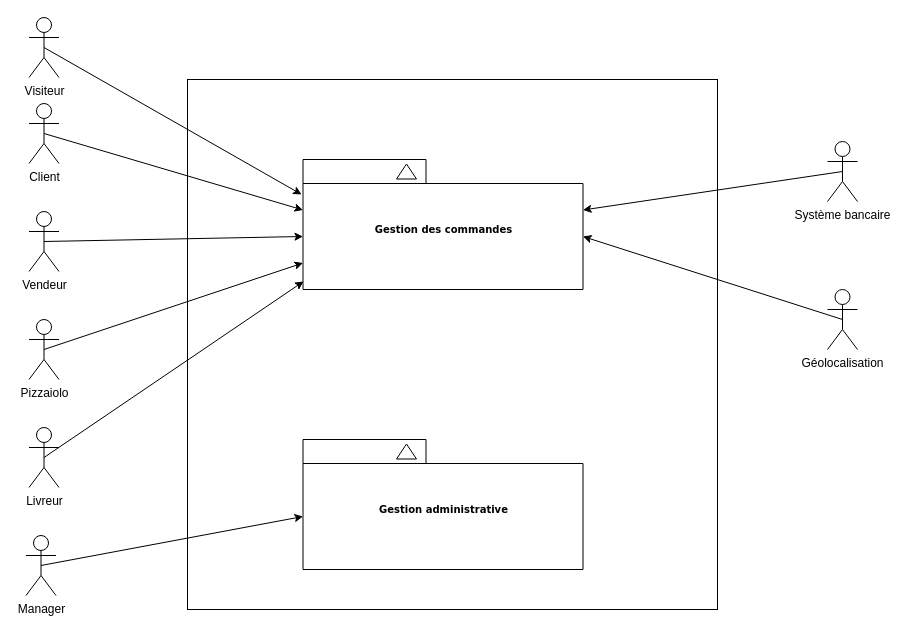
This is P4 Diagramme de package.drawio from othman3492/p4uml, a draw.io file, before an edit. Source tidied: cells renumbered, new cells numbered last; positions are measured from the earlier drawing's top-left corner, leaving out a move shared by most shapes. Both pictures are drawn from the tidied source at 100%, with x=0, y=0 at pixel (25, 17).
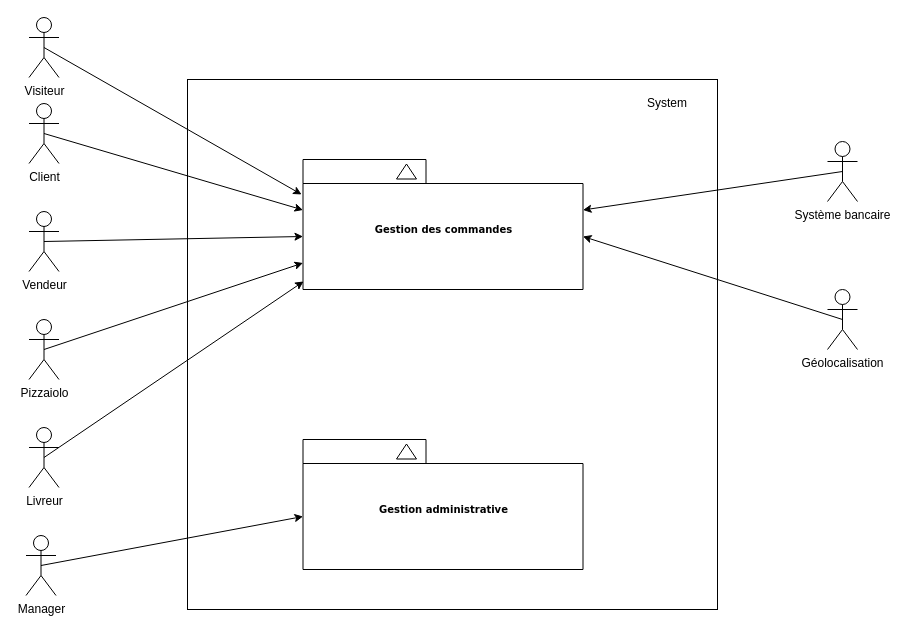
The same page after the edit.

Unchanged cells that the change refers to:
```xml
<mxCell id="2" style="group;" parent="1" vertex="1">
  <mxGeometry x="277.5" y="142" width="414.5" height="450" as="geometry" />
</mxCell>
```

Diff of the diagram source:
```diff
@@
+    <mxCell id="28" value="System" style="text;html=1;strokeColor=none;fillColor=none;align=center;verticalAlign=middle;whiteSpace=wrap;rounded=0;" parent="2" vertex="1">
+      <mxGeometry x="344.5" y="-66" width="40" height="20" as="geometry" />
+    </mxCell>
```
